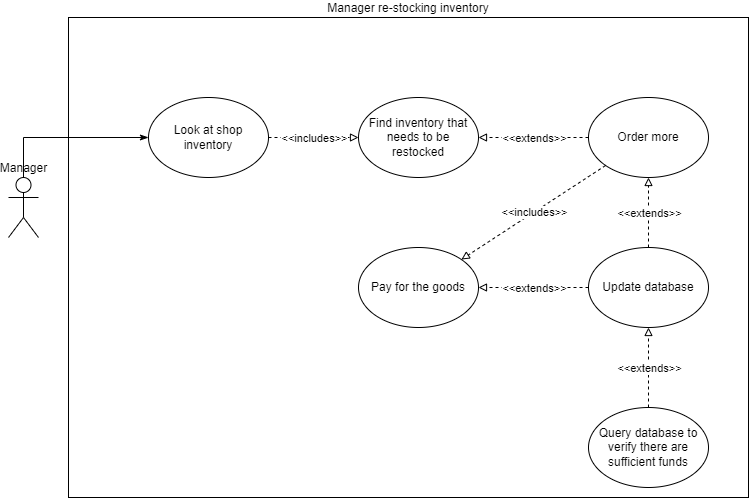
Earlier version of the draw.io export images/UseCaseDiagram4.drawio.png (Zachary-Harrison/FrappuccinoShop). Source tidied: cells renumbered, new cells last; positions are measured from the earlier drawing's top-left corner, leaving out a move shared by most shapes.
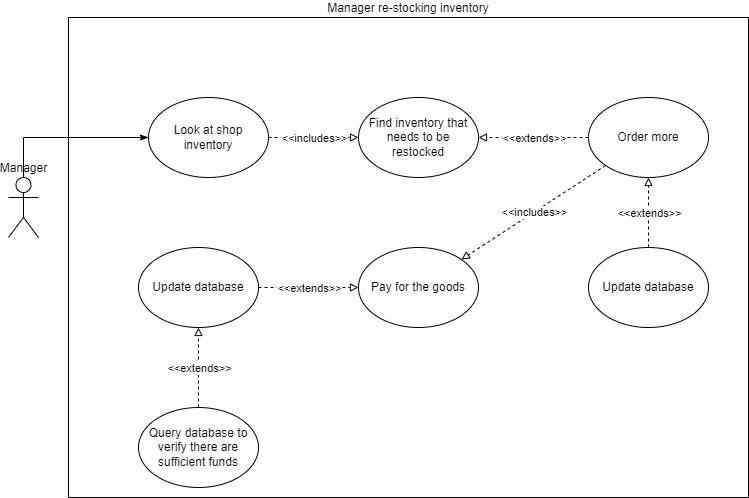
After the commit.

What changed in the source:
```diff
@@ -17,7 +17,7 @@
       <mxGeometry x="350" y="80" width="120" height="80" as="geometry" />
     </mxCell>
     <mxCell id="5" value="Update database" style="ellipse;whiteSpace=wrap;html=1;shadow=0;glass=1;sketch=0;" parent="1" vertex="1">
-      <mxGeometry x="580" y="230" width="120" height="80" as="geometry" />
+      <mxGeometry x="130" y="230" width="120" height="80" as="geometry" />
     </mxCell>
     <mxCell id="6" style="endArrow=block;html=1;rounded=0;dashed=1;endFill=0;" parent="1" edge="1" source="5" target="18">
       <mxGeometry relative="1" as="geometry" />
@@ -26,7 +26,7 @@
       <mxGeometry relative="1" as="geometry" />
     </mxCell>
     <mxCell id="8" value="Query database to verify there are sufficient funds" style="ellipse;whiteSpace=wrap;html=1;shadow=0;glass=1;sketch=0;" parent="1" vertex="1">
-      <mxGeometry x="580" y="390" width="120" height="80" as="geometry" />
+      <mxGeometry x="130" y="390" width="120" height="80" as="geometry" />
     </mxCell>
     <mxCell id="9" style="endArrow=block;html=1;rounded=0;dashed=1;endFill=0;" parent="1" edge="1" source="8" target="5">
       <mxGeometry relative="1" as="geometry" />
@@ -64,11 +64,16 @@
     <mxCell id="20" value="&amp;lt;&amp;lt;includes&amp;gt;&amp;gt;" style="edgeLabel;html=1;align=center;verticalAlign=middle;" parent="19" vertex="1">
       <mxGeometry relative="1" as="geometry" />
     </mxCell>
-    <mxCell id="21" style="endArrow=block;html=1;rounded=0;dashed=1;endFill=0;" parent="1" edge="1" source="5" target="15">
-      <mxGeometry relative="1" as="geometry" />
-    </mxCell>
+    <mxCell id="23" style="endArrow=block;html=1;rounded=0;dashed=1;endFill=0;" parent="1" edge="1" source="24">
+      <mxGeometry relative="1" as="geometry">
+        <mxPoint x="640" y="160" as="targetPoint" />
+      </mxGeometry>
+    </mxCell>
-    <mxCell id="22" value="&amp;lt;&amp;lt;extends&amp;gt;&amp;gt;" style="edgeLabel;html=1;align=center;verticalAlign=middle;" parent="21" vertex="1">
+    <mxCell id="22" value="&amp;lt;&amp;lt;extends&amp;gt;&amp;gt;" style="edgeLabel;html=1;align=center;verticalAlign=middle;" parent="23" vertex="1">
       <mxGeometry relative="1" as="geometry" />
     </mxCell>
+    <mxCell id="24" value="Update database" style="ellipse;whiteSpace=wrap;html=1;shadow=0;glass=1;sketch=0;" parent="1" vertex="1">
+      <mxGeometry x="580" y="230" width="120" height="80" as="geometry" />
+    </mxCell>
   </root>
 </mxGraphModel>
```
